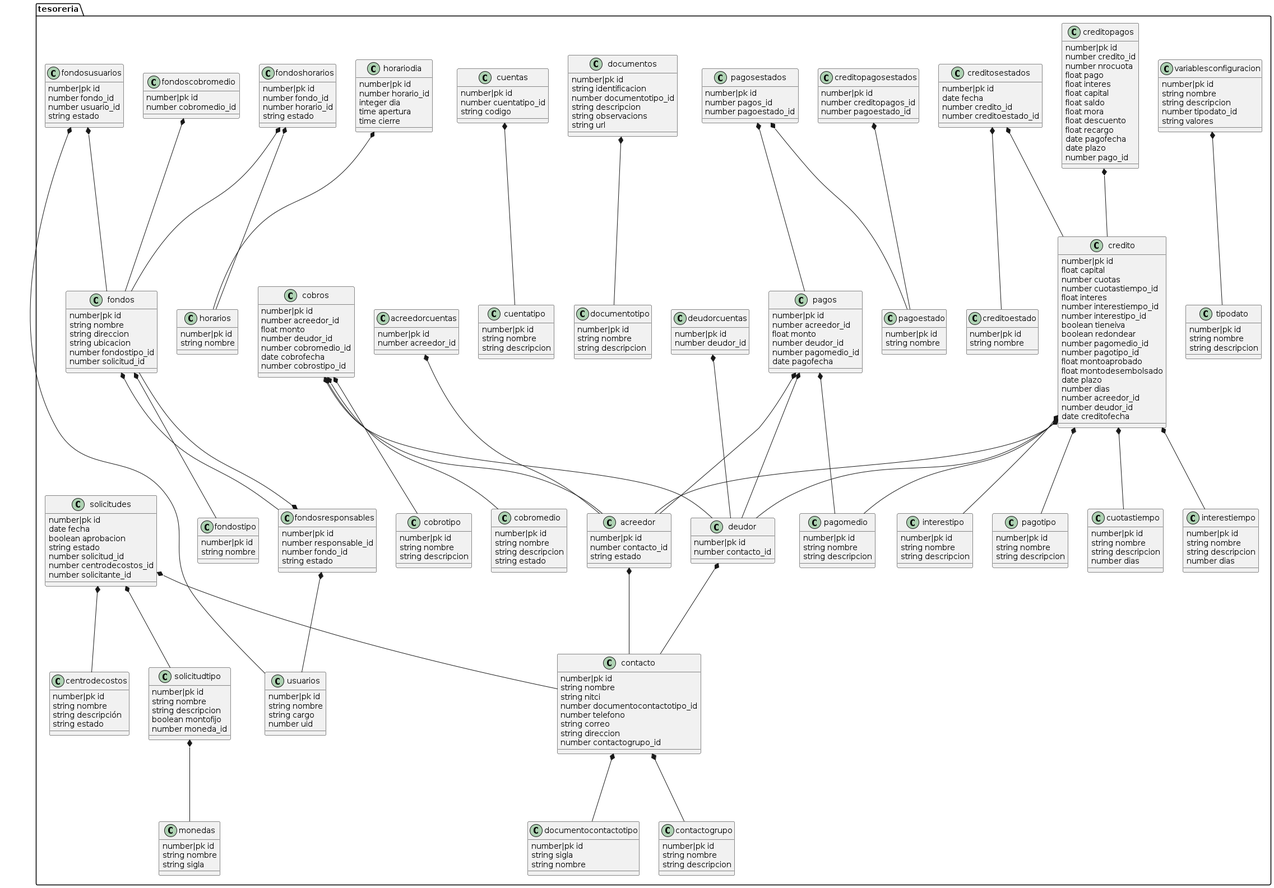
Before: public/diagrams/dbs.png, a diagram exported from PlantUML (jptord/apimaster).
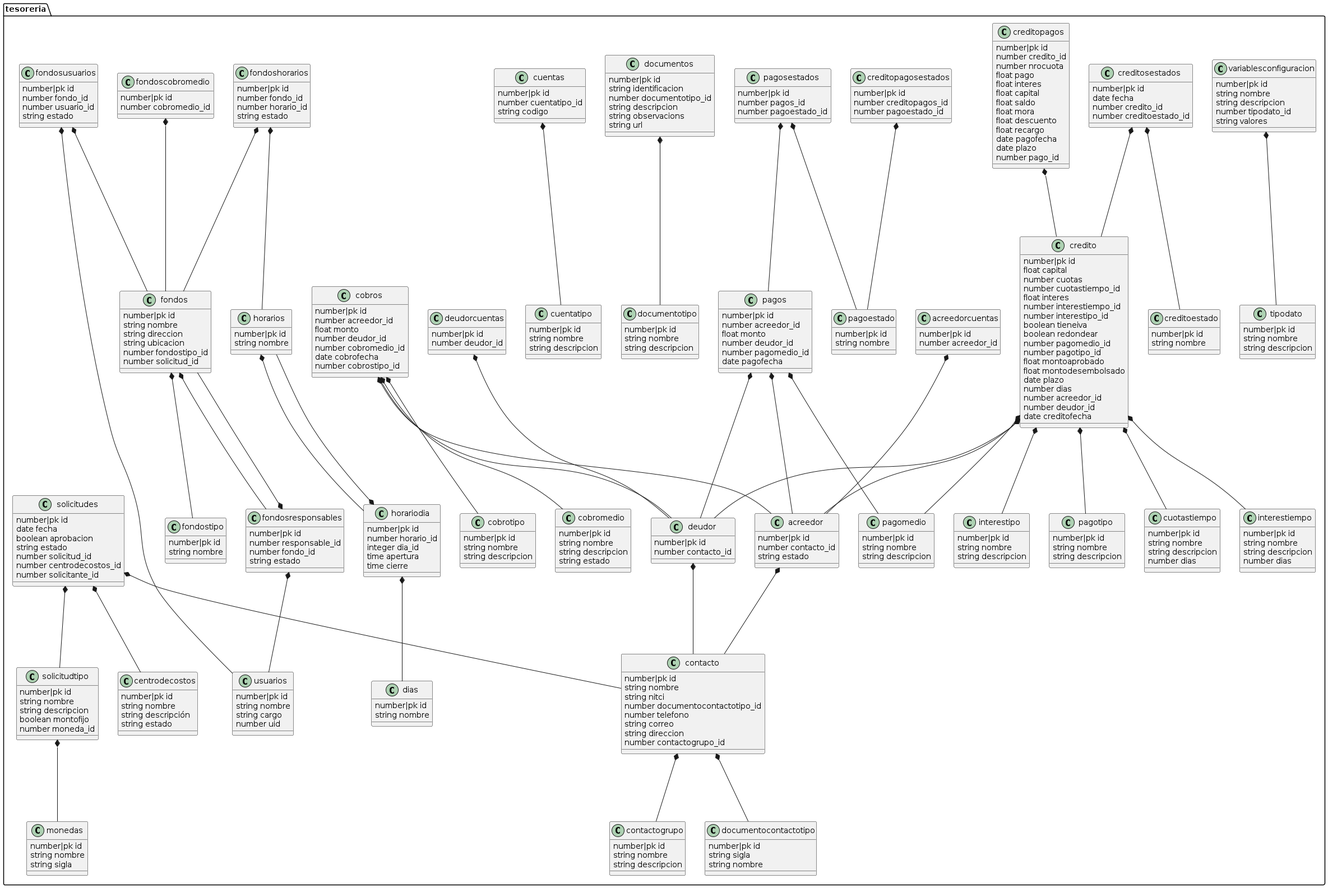
After the commit.

Change to the diagram source:
```diff
@@ -229,10 +229,14 @@
 		number|pk id
 		string nombre
 	}
+	class dias{
+		number|pk id
+		string nombre
+	}
 	class horariodia{
 		number|pk id
 		number horario_id
-		integer dia
+		integer dia_id
 		time apertura
 		time cierre
 	}
@@ -300,7 +304,9 @@
 fondoshorarios *--- fondos
 fondoshorarios *--- horarios
 fondoscobromedio *--- fondos
+horarios *--- horariodia
 horariodia *--- horarios
+horariodia *--- dias
 fondosusuarios *--- fondos
 fondosusuarios *--- usuarios
 solicitudtipo *--- monedas
```
